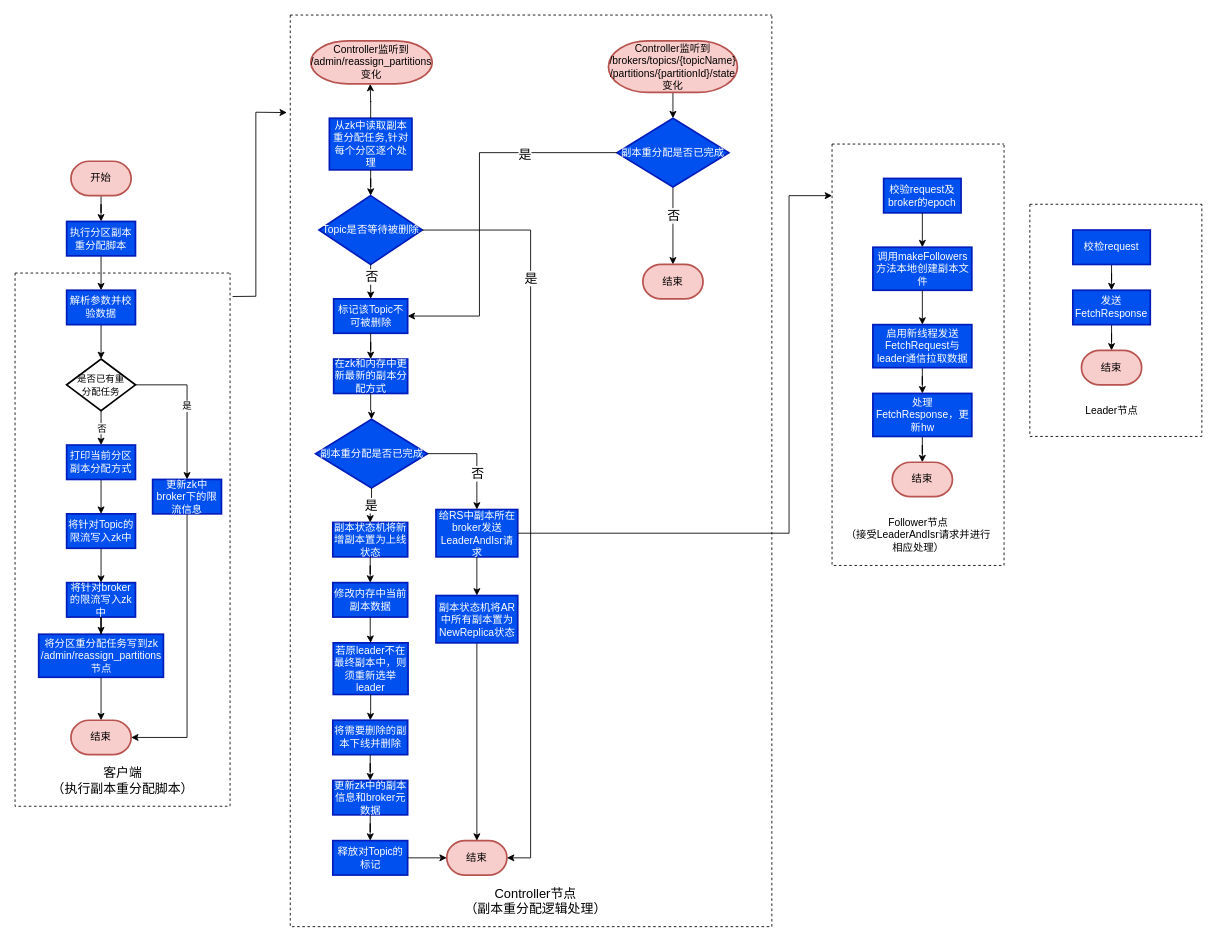
Before: Kafka副本重分配流程图.drawio in kingdomrushing/hello-world, a draw.io diagram. Source tidied: cells renumbered, new cells numbered last; positions are measured from the earlier drawing's top-left corner, leaving out a move shared by most shapes. Both pictures are drawn from the tidied source at 86%, with x=0, y=0 at pixel (15, 15).
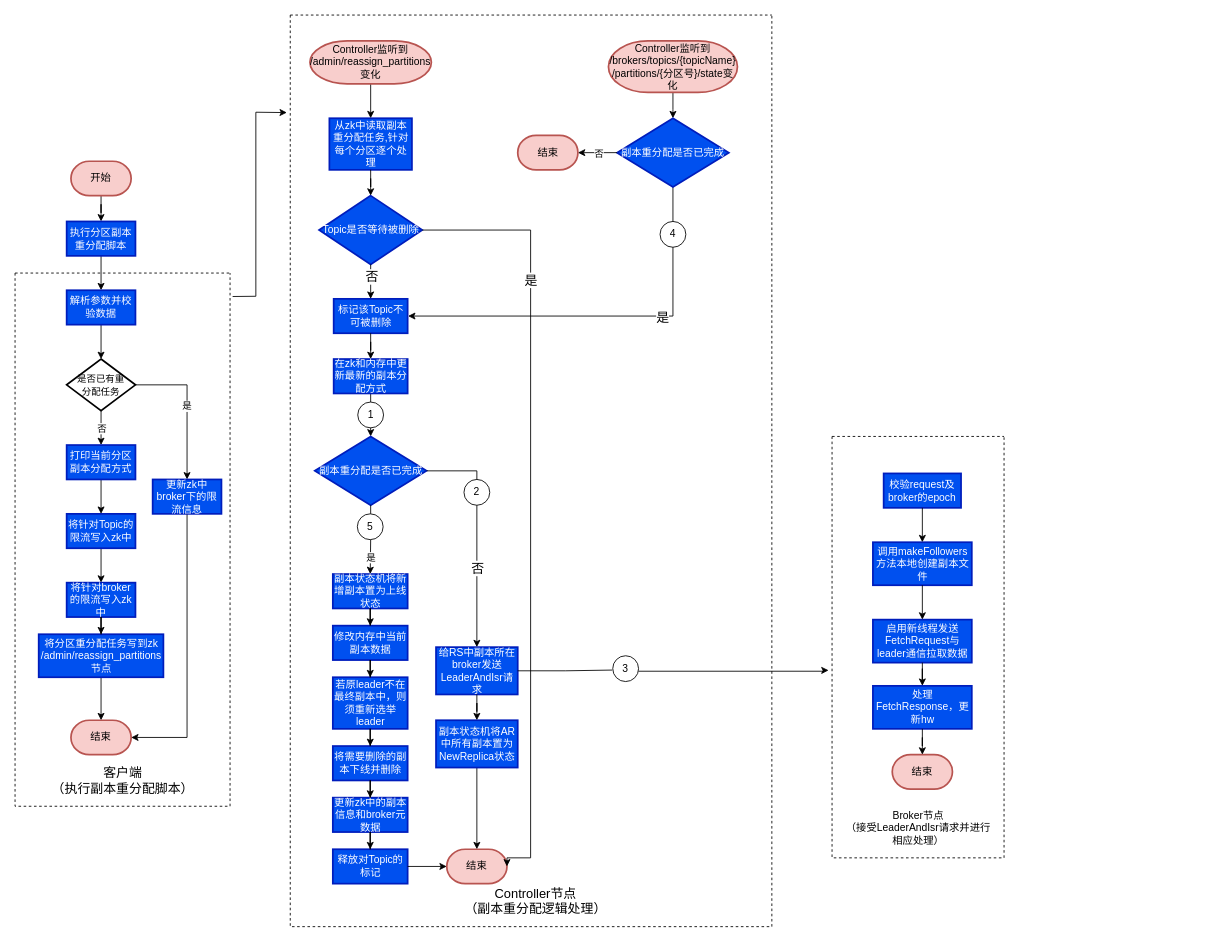
Above is the later version.

Commit message:
更新Kafka副本重分配流程图.drawio

Unchanged cells that the change refers to:
```xml
<mxCell id="26" style="group;" parent="1" vertex="1">
  <mxGeometry x="320" width="620" height="1060" as="geometry" />
</mxCell>
<mxCell id="28" value="从zk中读取副本重分配任务,针对每个分区逐个处理" style="whiteSpace=wrap;html=1;fillColor=#0050ef;strokeColor=#001DBC;strokeWidth=2;fontColor=#ffffff;" parent="27" vertex="1">
  <mxGeometry x="24.5" y="100" width="96" height="60" as="geometry" />
</mxCell>
<mxCell id="31" value="标记该Topic不可被删除" style="whiteSpace=wrap;html=1;fillColor=#0050ef;strokeColor=#001DBC;fontColor=#ffffff;strokeWidth=2;" parent="27" vertex="1">
  <mxGeometry x="29.5" y="310" width="86" height="40" as="geometry" />
</mxCell>
<mxCell id="34" value="在zk和内存中更新最新的副本分配方式" style="whiteSpace=wrap;html=1;fillColor=#0050ef;strokeColor=#001DBC;fontColor=#ffffff;strokeWidth=2;" parent="27" vertex="1">
  <mxGeometry x="29.5" y="380" width="86" height="40" as="geometry" />
</mxCell>
<mxCell id="62" style="swimlane;startSize=0;dashed=1;fontSize=15;fillColor=#007FFF;" parent="26" vertex="1">
  <mxGeometry width="560" height="1060" as="geometry" />
</mxCell>
<mxCell id="67" value="副本重分配是否已完成" style="rhombus;whiteSpace=wrap;html=1;fillColor=#0050ef;strokeColor=#001DBC;fontColor=#ffffff;strokeWidth=2;" parent="62" vertex="1">
  <mxGeometry x="380" y="120" width="130" height="80" as="geometry" />
</mxCell>
```

Diff of the diagram source:
```diff
@@
     <mxCell id="27" style="group;" parent="26" vertex="1">
-      <mxGeometry x="21" y="20" width="258.5" height="980" as="geometry" />
+      <mxGeometry x="21" y="20" width="289" height="980" as="geometry" />
     </mxCell>
@@
+    <mxCell id="37" style="edgeStyle=orthogonalEdgeStyle;rounded=0;jettySize=auto;html=1;" parent="27" edge="1" source="34" target="36">
+      <mxGeometry relative="1" as="geometry" />
+    </mxCell>
@@
     <mxCell id="36" value="副本重分配是否已完成" style="rhombus;whiteSpace=wrap;html=1;fillColor=#0050ef;strokeColor=#001DBC;fontColor=#ffffff;strokeWidth=2;" parent="27" vertex="1">
-      <mxGeometry x="8.5" y="450" width="130" height="80" as="geometry" />
+      <mxGeometry x="7.5" y="470" width="130" height="80" as="geometry" />
     </mxCell>
-    <mxCell id="37" style="edgeStyle=orthogonalEdgeStyle;rounded=0;jettySize=auto;html=1;fontSize=15;" parent="27" edge="1" source="34" target="36">
-      <mxGeometry relative="1" as="geometry" />
-    </mxCell>
-    <mxCell id="38" value="副本状态机将新增副本置为上线状态" style="whiteSpace=wrap;html=1;fillColor=#0050ef;strokeColor=#001DBC;fontColor=#ffffff;strokeWidth=2;" parent="27" vertex="1">
-      <mxGeometry x="28.5" y="570" width="87" height="40" as="geometry" />
-    </mxCell>
-    <mxCell id="39" value="是" style="edgeStyle=orthogonalEdgeStyle;rounded=0;jettySize=auto;html=1;fontSize=15;" parent="27" edge="1" source="36" target="38">
-      <mxGeometry relative="1" as="geometry" />
-    </mxCell>
     <mxCell id="40" value="修改内存中当前副本数据" style="whiteSpace=wrap;html=1;fillColor=#0050ef;strokeColor=#001DBC;fontColor=#ffffff;strokeWidth=2;" parent="27" vertex="1">
-      <mxGeometry x="28.5" y="640" width="87" height="40" as="geometry" />
+      <mxGeometry x="28.5" y="690" width="87" height="40" as="geometry" />
     </mxCell>
-    <mxCell id="41" style="edgeStyle=orthogonalEdgeStyle;rounded=0;jettySize=auto;html=1;fontSize=15;" parent="27" edge="1" source="38" target="40">
-      <mxGeometry relative="1" as="geometry" />
-    </mxCell>
     <mxCell id="42" value="若原leader不在最终副本中，则须重新选举leader" style="whiteSpace=wrap;html=1;fillColor=#0050ef;strokeColor=#001DBC;fontColor=#ffffff;strokeWidth=2;" parent="27" vertex="1">
-      <mxGeometry x="29" y="710" width="87" height="60" as="geometry" />
+      <mxGeometry x="28.5" y="750" width="87" height="60" as="geometry" />
     </mxCell>
@@
     <mxCell id="44" value="将需要删除的副本下线并删除" style="whiteSpace=wrap;html=1;fillColor=#0050ef;strokeColor=#001DBC;fontColor=#ffffff;strokeWidth=2;" parent="27" vertex="1">
-      <mxGeometry x="28.5" y="800" width="87" height="40" as="geometry" />
+      <mxGeometry x="28.5" y="830" width="87" height="40" as="geometry" />
     </mxCell>
@@
     <mxCell id="46" value="更新zk中的副本信息和broker元数据" style="whiteSpace=wrap;html=1;fillColor=#0050ef;strokeColor=#001DBC;fontColor=#ffffff;strokeWidth=2;" parent="27" vertex="1">
-      <mxGeometry x="28.5" y="870" width="87" height="40" as="geometry" />
+      <mxGeometry x="28.5" y="890" width="87" height="40" as="geometry" />
     </mxCell>
@@
     <mxCell id="48" value="释放对Topic的标记" style="whiteSpace=wrap;html=1;fillColor=#0050ef;strokeColor=#001DBC;fontColor=#ffffff;strokeWidth=2;" parent="27" vertex="1">
-      <mxGeometry x="28.5" y="940" width="87" height="40" as="geometry" />
+      <mxGeometry x="28.5" y="950" width="87" height="40" as="geometry" />
     </mxCell>
@@
     <mxCell id="50" value="结束" style="strokeWidth=2;html=1;shape=mxgraph.flowchart.terminator;whiteSpace=wrap;fillColor=#f8cecc;strokeColor=#b85450;" parent="27" vertex="1">
-      <mxGeometry x="161" y="940" width="70" height="40" as="geometry" />
+      <mxGeometry x="161" y="950" width="70" height="40" as="geometry" />
     </mxCell>
@@
     <mxCell id="54" value="给RS中副本所在broker发送LeaderAndIsr请求" style="whiteSpace=wrap;html=1;fillColor=#0050ef;strokeColor=#001DBC;fontColor=#ffffff;strokeWidth=2;" parent="27" vertex="1">
-      <mxGeometry x="148.5" y="555" width="95" height="55" as="geometry" />
+      <mxGeometry x="148.5" y="715" width="95" height="55" as="geometry" />
     </mxCell>
@@
     <mxCell id="58" value="副本状态机将AR中所有副本置为NewReplica状态" style="whiteSpace=wrap;html=1;fillColor=#0050ef;strokeColor=#001DBC;fontColor=#ffffff;strokeWidth=2;" parent="27" vertex="1">
-      <mxGeometry x="148.5" y="655" width="95" height="55" as="geometry" />
+      <mxGeometry x="148.5" y="800" width="95" height="55" as="geometry" />
     </mxCell>
@@
-    <mxCell id="60" style="edgeStyle=orthogonalEdgeStyle;rounded=0;jettySize=auto;html=1;fontSize=15;" parent="27" edge="1" source="28">
-      <mxGeometry relative="1" as="geometry">
-        <mxPoint x="72" y="60" as="targetPoint" />
-      </mxGeometry>
-    </mxCell>
+    <mxCell id="93" style="edgeStyle=orthogonalEdgeStyle;rounded=0;jettySize=auto;html=1;" parent="27" edge="1" source="61" target="28">
+      <mxGeometry relative="1" as="geometry" />
+    </mxCell>
     <mxCell id="61" value="Controller监听到&lt;br&gt;/admin/reassign_partitions变化" style="strokeWidth=2;html=1;shape=mxgraph.flowchart.terminator;whiteSpace=wrap;fillColor=#f8cecc;strokeColor=#b85450;" parent="27" vertex="1">
-      <mxGeometry x="2.9" y="10" width="141.2" height="50" as="geometry" />
+      <mxGeometry x="1.9" y="10" width="141.2" height="50" as="geometry" />
     </mxCell>
+    <mxCell id="68" value="结束" style="strokeWidth=2;html=1;shape=mxgraph.flowchart.terminator;whiteSpace=wrap;fillColor=#f8cecc;strokeColor=#b85450;" parent="27" vertex="1">
+      <mxGeometry x="243.5" y="120" width="70" height="40" as="geometry" />
+    </mxCell>
+    <mxCell id="94" value="1" style="ellipse;whiteSpace=wrap;html=1;" parent="27" vertex="1">
+      <mxGeometry x="57.5" y="430" width="30" height="30" as="geometry" />
+    </mxCell>
+    <mxCell id="95" value="2" style="ellipse;whiteSpace=wrap;html=1;" parent="27" vertex="1">
+      <mxGeometry x="181" y="520" width="30" height="30" as="geometry" />
+    </mxCell>
+    <mxCell id="38" value="副本状态机将新增副本置为上线状态" style="whiteSpace=wrap;html=1;fillColor=#0050ef;strokeColor=#001DBC;fontColor=#ffffff;strokeWidth=2;" parent="27" vertex="1">
+      <mxGeometry x="28.5" y="630" width="87" height="40" as="geometry" />
+    </mxCell>
+    <mxCell id="41" style="edgeStyle=orthogonalEdgeStyle;rounded=0;jettySize=auto;html=1;fontSize=15;" parent="27" edge="1" source="38" target="40">
+      <mxGeometry relative="1" as="geometry" />
+    </mxCell>
+    <mxCell id="39" style="edgeStyle=orthogonalEdgeStyle;rounded=0;jettySize=auto;html=1;fontSize=15;" parent="27" edge="1" source="36" target="38">
+      <mxGeometry relative="1" as="geometry" />
+    </mxCell>
+    <mxCell id="71" value="是" style="edgeLabel;html=1;align=center;verticalAlign=middle;" parent="39" vertex="1">
+      <mxGeometry x="0.2" relative="1" as="geometry">
+        <mxPoint y="13" as="offset" />
+      </mxGeometry>
+    </mxCell>
+    <mxCell id="96" value="5" style="ellipse;whiteSpace=wrap;html=1;" parent="27" vertex="1">
+      <mxGeometry x="57" y="560" width="30" height="30" as="geometry" />
+    </mxCell>
@@
-    <mxCell id="64" value="Controller监听到&lt;br&gt;/brokers/topics/{topicName}&lt;br&gt;/partitions/{partitionId}/state变化" style="strokeWidth=2;html=1;shape=mxgraph.flowchart.terminator;whiteSpace=wrap;fillColor=#f8cecc;strokeColor=#b85450;" parent="62" vertex="1">
+    <mxCell id="64" value="Controller监听到&lt;br&gt;/brokers/topics/{topicName}&lt;br&gt;/partitions/{分区号}/state变化" style="strokeWidth=2;html=1;shape=mxgraph.flowchart.terminator;whiteSpace=wrap;fillColor=#f8cecc;strokeColor=#b85450;" parent="62" vertex="1">
       <mxGeometry x="370" y="30" width="150" height="60" as="geometry" />
     </mxCell>
     <mxCell id="65" style="edgeStyle=orthogonalEdgeStyle;rounded=0;jettySize=auto;html=1;fontSize=15;" parent="62" edge="1" source="67">
       <mxGeometry relative="1" as="geometry">
-        <mxPoint x="445" y="290" as="targetPoint" />
+        <mxPoint x="137" y="350" as="targetPoint" />
+        <Array as="points">
+          <mxPoint x="445" y="350" />
+          <mxPoint x="137" y="350" />
+        </Array>
       </mxGeometry>
     </mxCell>
-    <mxCell id="66" value="否" style="edgeLabel;html=1;align=center;verticalAlign=middle;fontSize=15;" parent="65" vertex="1">
+    <mxCell id="66" value="是" style="edgeLabel;html=1;align=center;verticalAlign=middle;fontSize=15;" parent="65" vertex="1">
       <mxGeometry x="-0.29" relative="1" as="geometry" />
     </mxCell>
@@
-    <mxCell id="68" value="结束" style="strokeWidth=2;html=1;shape=mxgraph.flowchart.terminator;whiteSpace=wrap;fillColor=#f8cecc;strokeColor=#b85450;" parent="62" vertex="1">
-      <mxGeometry x="410" y="290" width="70" height="40" as="geometry" />
-    </mxCell>
@@
-    <mxCell id="70" style="edgeStyle=orthogonalEdgeStyle;rounded=0;jettySize=auto;html=1;fontSize=15;entryX=1;entryY=0.5;entryDx=0;entryDy=0;" parent="26" edge="1" source="67" target="31">
-      <mxGeometry relative="1" as="geometry">
-        <Array as="points">
-          <mxPoint x="220" y="160" />
-          <mxPoint x="220" y="350" />
-        </Array>
-      </mxGeometry>
-    </mxCell>
-    <mxCell id="71" value="是" style="edgeLabel;html=1;align=center;verticalAlign=middle;fontSize=15;" parent="70" vertex="1">
-      <mxGeometry x="-0.5" y="1" relative="1" as="geometry" />
-    </mxCell>
+    <mxCell id="97" value="4" style="ellipse;whiteSpace=wrap;html=1;" parent="62" vertex="1">
+      <mxGeometry x="430" y="240" width="30" height="30" as="geometry" />
+    </mxCell>
+    <mxCell id="98" style="edgeStyle=orthogonalEdgeStyle;rounded=0;jettySize=auto;html=1;" parent="26" edge="1" source="67" target="68">
+      <mxGeometry relative="1" as="geometry" />
+    </mxCell>
+    <mxCell id="99" value="否" style="edgeLabel;html=1;align=center;verticalAlign=middle;" parent="98" vertex="1">
+      <mxGeometry x="-0.03" relative="1" as="geometry" />
+    </mxCell>
@@
     <mxCell id="73" style="group;" parent="1" vertex="1">
-      <mxGeometry x="997.5" y="190" width="152.5" height="510" as="geometry" />
+      <mxGeometry x="997.5" y="190" width="152.5" height="690" as="geometry" />
     </mxCell>
+    <mxCell id="100" style="group;" parent="73" vertex="1">
+      <mxGeometry x="-47.5" y="300" width="200" height="490" as="geometry" />
+    </mxCell>
-    <mxCell id="74" value="校验request及broker的epoch" style="whiteSpace=wrap;html=1;fillColor=#0050ef;strokeColor=#001DBC;strokeWidth=2;fontColor=#ffffff;" parent="73" vertex="1">
-      <mxGeometry x="12.5" width="90" height="40" as="geometry" />
+    <mxCell id="74" value="校验request及broker的epoch" style="whiteSpace=wrap;html=1;fillColor=#0050ef;strokeColor=#001DBC;strokeWidth=2;fontColor=#ffffff;" parent="100" vertex="1">
+      <mxGeometry x="60" y="43" width="90" height="40" as="geometry" />
     </mxCell>
-    <mxCell id="75" value="调用makeFollowers方法本地创建副本文件" style="whiteSpace=wrap;html=1;fillColor=#0050ef;strokeColor=#001DBC;fontColor=#ffffff;strokeWidth=2;" parent="73" vertex="1">
-      <mxGeometry y="80" width="115" height="50" as="geometry" />
+    <mxCell id="75" value="调用makeFollowers方法本地创建副本文件" style="whiteSpace=wrap;html=1;fillColor=#0050ef;strokeColor=#001DBC;fontColor=#ffffff;strokeWidth=2;" parent="100" vertex="1">
+      <mxGeometry x="47.5" y="123" width="115" height="50" as="geometry" />
     </mxCell>
-    <mxCell id="76" style="edgeStyle=orthogonalEdgeStyle;rounded=0;jettySize=auto;html=1;fontSize=15;" parent="73" edge="1" source="74" target="75">
+    <mxCell id="76" style="edgeStyle=orthogonalEdgeStyle;rounded=0;jettySize=auto;html=1;fontSize=15;" parent="100" edge="1" source="74" target="75">
       <mxGeometry relative="1" as="geometry" />
     </mxCell>
-    <mxCell id="77" style="edgeStyle=orthogonalEdgeStyle;rounded=0;jettySize=auto;html=1;" parent="73" edge="1" source="78" target="83">
-      <mxGeometry relative="1" as="geometry" />
-    </mxCell>
-    <mxCell id="78" value="启用新线程发送FetchRequest与leader通信拉取数据" style="whiteSpace=wrap;html=1;fillColor=#0050ef;strokeColor=#001DBC;fontColor=#ffffff;strokeWidth=2;" parent="73" vertex="1">
-      <mxGeometry y="170" width="115" height="50" as="geometry" />
+    <mxCell id="78" value="启用新线程发送FetchRequest与leader通信拉取数据" style="whiteSpace=wrap;html=1;fillColor=#0050ef;strokeColor=#001DBC;fontColor=#ffffff;strokeWidth=2;" parent="100" vertex="1">
+      <mxGeometry x="47.5" y="213" width="115" height="50" as="geometry" />
     </mxCell>
-    <mxCell id="79" style="edgeStyle=orthogonalEdgeStyle;rounded=0;jettySize=auto;html=1;" parent="73" edge="1" source="75" target="78">
+    <mxCell id="79" style="edgeStyle=orthogonalEdgeStyle;rounded=0;jettySize=auto;html=1;" parent="100" edge="1" source="75" target="78">
       <mxGeometry relative="1" as="geometry" />
     </mxCell>
-    <mxCell id="80" style="swimlane;startSize=0;dashed=1;" parent="73" vertex="1">
-      <mxGeometry x="-47.5" y="-40" width="200" height="490" as="geometry" />
+    <mxCell id="80" style="swimlane;startSize=0;dashed=1;" parent="100" vertex="1">
+      <mxGeometry width="200" height="490" as="geometry" />
     </mxCell>
+    <mxCell id="77" style="edgeStyle=orthogonalEdgeStyle;rounded=0;jettySize=auto;html=1;" parent="100" edge="1" source="78" target="83">
+      <mxGeometry relative="1" as="geometry" />
+    </mxCell>
-    <mxCell id="81" value="Follower节点&lt;br&gt;（接受LeaderAndIsr请求并进行&lt;br&gt;相应处理）" style="text;html=1;align=center;verticalAlign=middle;strokeColor=none;fillColor=none;" parent="80" vertex="1">
+    <mxCell id="81" value="Broker节点&lt;br&gt;（接受LeaderAndIsr请求并进行&lt;br&gt;相应处理）" style="text;html=1;align=center;verticalAlign=middle;strokeColor=none;fillColor=none;" parent="100" vertex="1">
       <mxGeometry x="10" y="430" width="180" height="50" as="geometry" />
     </mxCell>
-    <mxCell id="82" style="edgeStyle=orthogonalEdgeStyle;rounded=0;jettySize=auto;html=1;" parent="80" edge="1" source="83" target="84">
-      <mxGeometry relative="1" as="geometry" />
-    </mxCell>
-    <mxCell id="83" value="处理FetchResponse，更新hw" style="whiteSpace=wrap;html=1;fillColor=#0050ef;strokeColor=#001DBC;fontColor=#ffffff;strokeWidth=2;" parent="80" vertex="1">
+    <mxCell id="83" value="处理FetchResponse，更新hw" style="whiteSpace=wrap;html=1;fillColor=#0050ef;strokeColor=#001DBC;fontColor=#ffffff;strokeWidth=2;" parent="100" vertex="1">
       <mxGeometry x="47.5" y="290" width="115" height="50" as="geometry" />
     </mxCell>
-    <mxCell id="84" value="结束" style="strokeWidth=2;html=1;shape=mxgraph.flowchart.terminator;whiteSpace=wrap;fillColor=#f8cecc;strokeColor=#b85450;" parent="80" vertex="1">
+    <mxCell id="84" value="结束" style="strokeWidth=2;html=1;shape=mxgraph.flowchart.terminator;whiteSpace=wrap;fillColor=#f8cecc;strokeColor=#b85450;" parent="100" vertex="1">
       <mxGeometry x="70" y="370" width="70" height="40" as="geometry" />
     </mxCell>
-    <mxCell id="85" style="edgeStyle=orthogonalEdgeStyle;rounded=0;jettySize=auto;html=1;" parent="1" edge="1" source="54" target="80">
-      <mxGeometry relative="1" as="geometry">
-        <Array as="points">
-          <mxPoint x="900" y="603" />
-          <mxPoint x="900" y="210" />
-        </Array>
-      </mxGeometry>
-    </mxCell>
-    <mxCell id="86" style="edgeStyle=orthogonalEdgeStyle;rounded=0;jettySize=auto;html=1;" parent="1" edge="1" source="87" target="89">
-      <mxGeometry relative="1" as="geometry" />
-    </mxCell>
-    <mxCell id="87" value="校检request" style="whiteSpace=wrap;html=1;fillColor=#0050ef;strokeColor=#001DBC;strokeWidth=2;fontColor=#ffffff;" parent="1" vertex="1">
-      <mxGeometry x="1230" y="250" width="90" height="40" as="geometry" />
-    </mxCell>
-    <mxCell id="88" style="edgeStyle=orthogonalEdgeStyle;rounded=0;jettySize=auto;html=1;" parent="1" edge="1" source="89" target="91">
-      <mxGeometry relative="1" as="geometry" />
-    </mxCell>
-    <mxCell id="89" value="发送FetchResponse" style="whiteSpace=wrap;html=1;fillColor=#0050ef;strokeColor=#001DBC;strokeWidth=2;fontColor=#ffffff;" parent="1" vertex="1">
-      <mxGeometry x="1230" y="320" width="90" height="40" as="geometry" />
-    </mxCell>
-    <mxCell id="90" style="swimlane;startSize=0;dashed=1;" parent="1" vertex="1">
-      <mxGeometry x="1180" y="220" width="200" height="270" as="geometry" />
-    </mxCell>
-    <mxCell id="91" value="结束" style="strokeWidth=2;html=1;shape=mxgraph.flowchart.terminator;whiteSpace=wrap;fillColor=#f8cecc;strokeColor=#b85450;" parent="90" vertex="1">
-      <mxGeometry x="60" y="170" width="70" height="40" as="geometry" />
-    </mxCell>
-    <mxCell id="92" value="Leader节点" style="text;html=1;align=center;verticalAlign=middle;strokeColor=none;fillColor=none;" parent="90" vertex="1">
-      <mxGeometry x="55" y="230" width="80" height="20" as="geometry" />
-    </mxCell>
+    <mxCell id="82" style="edgeStyle=orthogonalEdgeStyle;rounded=0;jettySize=auto;html=1;" parent="100" edge="1" source="83" target="84">
+      <mxGeometry relative="1" as="geometry" />
+    </mxCell>
+    <mxCell id="101" style="edgeStyle=orthogonalEdgeStyle;rounded=0;jettySize=auto;html=1;entryX=-0.02;entryY=0.555;entryDx=0;entryDy=0;entryPerimeter=0;startArrow=none;" parent="1" edge="1" source="102" target="80">
+      <mxGeometry relative="1" as="geometry">
+        <Array as="points">
+          <mxPoint x="940" y="763" />
+        </Array>
+      </mxGeometry>
+    </mxCell>
+    <mxCell id="102" value="3" style="ellipse;whiteSpace=wrap;html=1;" parent="1" vertex="1">
+      <mxGeometry x="695" y="745" width="30" height="30" as="geometry" />
+    </mxCell>
+    <mxCell id="103" style="edgeStyle=orthogonalEdgeStyle;rounded=0;jettySize=auto;html=1;entryX=-0.02;entryY=0.555;entryDx=0;entryDy=0;entryPerimeter=0;endArrow=none;" parent="1" edge="1" source="54" target="102">
+      <mxGeometry relative="1" as="geometry" />
+    </mxCell>
```
